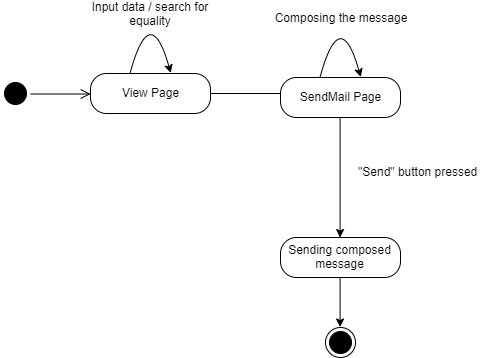
Before: Diagrams/StateDiagrams/SendMailStateDiagram.png, a diagram exported from draw.io (EfimSirotkin/SchoolStaffManager). Source tidied: cells renumbered, new cells last; positions are measured from the earlier drawing's top-left corner, leaving out a move shared by most shapes.
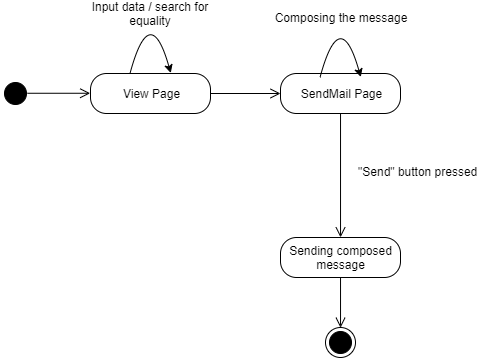
The same file after the commit.

Commit message:
fixed state diagrams

The edit, as a diff of the source:
```diff
@@ -23,19 +23,17 @@
     <mxCell id="6" value="Input data / search for equality" style="text;html=1;strokeColor=none;fillColor=none;align=center;verticalAlign=middle;whiteSpace=wrap;rounded=0;shadow=0;" parent="1" vertex="1">
       <mxGeometry x="90" y="4" width="120" height="20" as="geometry" />
     </mxCell>
-    <mxCell id="7" style="edgeStyle=orthogonalEdgeStyle;html=1;verticalAlign=bottom;endArrow=open;endSize=8;strokeColor=#000000;fillColor=#000000;exitX=1;exitY=0.5;exitDx=0;exitDy=0;entryX=0;entryY=0.5;entryDx=0;entryDy=0;" parent="1" edge="1" source="2" target="4">
+    <mxCell id="7" style="edgeStyle=orthogonalEdgeStyle;html=1;verticalAlign=bottom;endArrow=open;endSize=8;strokeColor=#000000;fillColor=#000000;exitX=0.907;exitY=0.503;exitDx=0;exitDy=0;entryX=0;entryY=0.5;entryDx=0;entryDy=0;exitPerimeter=0;" parent="1" edge="1" source="2" target="4">
       <mxGeometry relative="1" as="geometry" />
     </mxCell>
-    <mxCell id="8" style="endArrow=classic;html=1;strokeColor=#000000;fillColor=#000000;exitX=1;exitY=0.5;exitDx=0;exitDy=0;" parent="1" edge="1" source="4">
-      <mxGeometry relative="1" as="geometry">
-        <mxPoint x="330" y="94" as="targetPoint" />
-      </mxGeometry>
+    <mxCell id="8" style="endArrow=open;html=1;strokeColor=#000000;fillColor=#000000;exitX=1;exitY=0.5;exitDx=0;exitDy=0;entryX=0;entryY=0.5;entryDx=0;entryDy=0;endFill=0;endSize=8;" parent="1" edge="1" source="4" target="10">
+      <mxGeometry relative="1" as="geometry" />
     </mxCell>
-    <mxCell id="9" style="edgeStyle=orthogonalEdgeStyle;curved=1;jettySize=auto;html=1;exitX=0.5;exitY=1;exitDx=0;exitDy=0;entryX=0.5;entryY=0;entryDx=0;entryDy=0;strokeColor=#000000;fillColor=#000000;" parent="1" edge="1" source="10" target="14">
+    <mxCell id="9" style="edgeStyle=orthogonalEdgeStyle;curved=1;jettySize=auto;html=1;exitX=0.5;exitY=1;exitDx=0;exitDy=0;entryX=0.5;entryY=0;entryDx=0;entryDy=0;strokeColor=#000000;fillColor=#000000;endArrow=open;endFill=0;endSize=8;" parent="1" edge="1" source="10" target="14">
       <mxGeometry relative="1" as="geometry" />
     </mxCell>
     <mxCell id="10" value="SendMail Page" style="rounded=1;whiteSpace=wrap;html=1;arcSize=40;fontColor=#000000;fillColor=#FFFFFF;strokeColor=#000000;shadow=0;" parent="1" vertex="1">
-      <mxGeometry x="280" y="78" width="120" height="40" as="geometry" />
+      <mxGeometry x="280" y="74" width="120" height="40" as="geometry" />
     </mxCell>
     <mxCell id="11" value="Composing the message" style="text;html=1;strokeColor=none;fillColor=none;align=center;verticalAlign=middle;whiteSpace=wrap;rounded=0;shadow=0;" parent="1" vertex="1">
       <mxGeometry x="270" y="8" width="140" height="20" as="geometry" />
@@ -49,7 +47,7 @@
         </Array>
       </mxGeometry>
     </mxCell>
-    <mxCell id="13" style="edgeStyle=orthogonalEdgeStyle;curved=1;jettySize=auto;html=1;exitX=0.5;exitY=1;exitDx=0;exitDy=0;entryX=0.5;entryY=0;entryDx=0;entryDy=0;strokeColor=#000000;fillColor=#000000;" parent="1" edge="1" source="14" target="3">
+    <mxCell id="13" style="edgeStyle=orthogonalEdgeStyle;curved=1;jettySize=auto;html=1;exitX=0.5;exitY=1;exitDx=0;exitDy=0;entryX=0.5;entryY=0;entryDx=0;entryDy=0;strokeColor=#000000;fillColor=#000000;endArrow=open;endFill=0;endSize=8;" parent="1" edge="1" source="14" target="3">
       <mxGeometry relative="1" as="geometry" />
     </mxCell>
     <mxCell id="14" value="Sending composed message" style="rounded=1;whiteSpace=wrap;html=1;arcSize=40;fontColor=#000000;fillColor=#FFFFFF;strokeColor=#000000;shadow=0;" parent="1" vertex="1">
```
